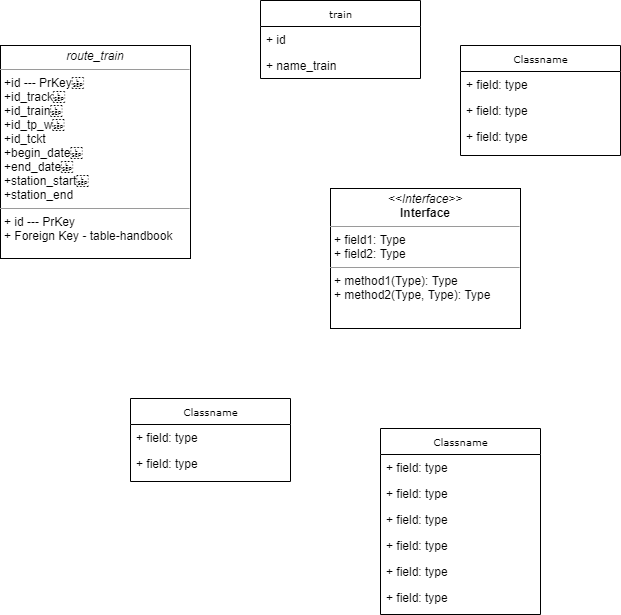
Earlier version of the draw.io export концептуальная модель.png (rezelput/TrainOrgnz). Source tidied: cells renumbered, new cells last; positions are measured from the earlier drawing's top-left corner, leaving out a move shared by most shapes.
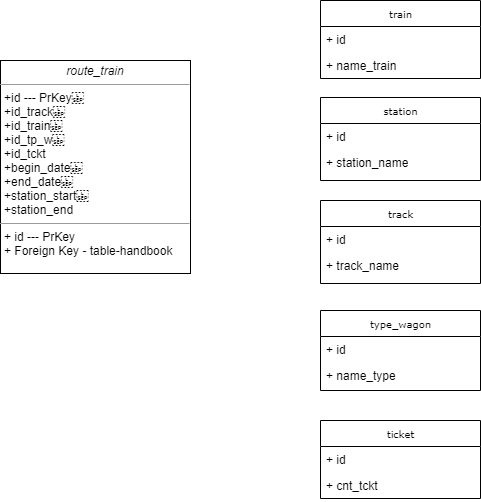
Later version of the same file.

Change to the diagram source:
```diff
@@ -2,29 +2,17 @@
   <root>
     <mxCell id="0" />
     <mxCell id="1" parent="0" />
-    <mxCell id="2" value="Classname" style="swimlane;html=1;fontStyle=0;horizontal=1;startSize=26;fillColor=none;swimlaneFillColor=#ffffff;rounded=0;shadow=0;comic=0;labelBackgroundColor=none;strokeWidth=1;fontFamily=Verdana;fontSize=10;align=center;" parent="1" vertex="1">
-      <mxGeometry x="380" y="428" width="160" height="186" as="geometry" />
+    <mxCell id="2" value="type_wagon" style="swimlane;html=1;fontStyle=0;horizontal=1;startSize=26;fillColor=none;swimlaneFillColor=#ffffff;rounded=0;shadow=0;comic=0;labelBackgroundColor=none;strokeWidth=1;fontFamily=Verdana;fontSize=10;align=center;" parent="1" vertex="1">
+      <mxGeometry x="320" y="328" width="160" height="80" as="geometry" />
     </mxCell>
-    <mxCell id="3" value="+ field: type" style="text;html=1;strokeColor=none;fillColor=none;align=left;verticalAlign=top;spacingLeft=4;spacingRight=4;whiteSpace=wrap;overflow=hidden;" parent="2" vertex="1">
+    <mxCell id="3" value="+ id" style="text;html=1;strokeColor=none;fillColor=none;align=left;verticalAlign=top;spacingLeft=4;spacingRight=4;whiteSpace=wrap;overflow=hidden;" parent="2" vertex="1">
       <mxGeometry y="26" width="160" height="26" as="geometry" />
     </mxCell>
-    <mxCell id="4" value="+ field: type" style="text;html=1;strokeColor=none;fillColor=none;align=left;verticalAlign=top;spacingLeft=4;spacingRight=4;whiteSpace=wrap;overflow=hidden;" parent="2" vertex="1">
+    <mxCell id="4" value="+ name_type" style="text;html=1;strokeColor=none;fillColor=none;align=left;verticalAlign=top;spacingLeft=4;spacingRight=4;whiteSpace=wrap;overflow=hidden;" parent="2" vertex="1">
       <mxGeometry y="52" width="160" height="26" as="geometry" />
     </mxCell>
-    <mxCell id="5" value="+ field: type" style="text;html=1;strokeColor=none;fillColor=none;align=left;verticalAlign=top;spacingLeft=4;spacingRight=4;whiteSpace=wrap;overflow=hidden;" parent="2" vertex="1">
-      <mxGeometry y="78" width="160" height="26" as="geometry" />
-    </mxCell>
-    <mxCell id="6" value="+ field: type" style="text;html=1;strokeColor=none;fillColor=none;align=left;verticalAlign=top;spacingLeft=4;spacingRight=4;whiteSpace=wrap;overflow=hidden;" parent="2" vertex="1">
-      <mxGeometry y="104" width="160" height="26" as="geometry" />
-    </mxCell>
-    <mxCell id="7" value="+ field: type" style="text;html=1;strokeColor=none;fillColor=none;align=left;verticalAlign=top;spacingLeft=4;spacingRight=4;whiteSpace=wrap;overflow=hidden;" parent="2" vertex="1">
-      <mxGeometry y="130" width="160" height="26" as="geometry" />
-    </mxCell>
-    <mxCell id="8" value="+ field: type" style="text;html=1;strokeColor=none;fillColor=none;align=left;verticalAlign=top;spacingLeft=4;spacingRight=4;whiteSpace=wrap;overflow=hidden;" parent="2" vertex="1">
-      <mxGeometry y="156" width="160" height="26" as="geometry" />
-    </mxCell>
     <mxCell id="9" value="train" style="swimlane;html=1;fontStyle=0;horizontal=1;startSize=26;fillColor=none;swimlaneFillColor=#ffffff;rounded=0;shadow=0;comic=0;labelBackgroundColor=none;strokeWidth=1;fontFamily=Verdana;fontSize=10;align=center;" parent="1" vertex="1">
-      <mxGeometry x="260" width="160" height="78" as="geometry" />
+      <mxGeometry x="320" y="18" width="160" height="78" as="geometry" />
     </mxCell>
     <mxCell id="10" value="+ id" style="text;html=1;strokeColor=none;fillColor=none;align=left;verticalAlign=top;spacingLeft=4;spacingRight=4;whiteSpace=wrap;overflow=hidden;" parent="9" vertex="1">
       <mxGeometry y="26" width="160" height="26" as="geometry" />
@@ -32,32 +20,35 @@
     <mxCell id="11" value="+ name_train" style="text;html=1;strokeColor=none;fillColor=none;align=left;verticalAlign=top;spacingLeft=4;spacingRight=4;whiteSpace=wrap;overflow=hidden;" parent="9" vertex="1">
       <mxGeometry y="52" width="160" height="26" as="geometry" />
     </mxCell>
-    <mxCell id="12" value="Classname" style="swimlane;html=1;fontStyle=0;horizontal=1;startSize=26;fillColor=none;swimlaneFillColor=#ffffff;rounded=0;shadow=0;comic=0;labelBackgroundColor=none;strokeWidth=1;fontFamily=Verdana;fontSize=10;align=center;" parent="1" vertex="1">
-      <mxGeometry x="460" y="45" width="160" height="110" as="geometry" />
+    <mxCell id="12" value="station" style="swimlane;html=1;fontStyle=0;horizontal=1;startSize=26;fillColor=none;swimlaneFillColor=#ffffff;rounded=0;shadow=0;comic=0;labelBackgroundColor=none;strokeWidth=1;fontFamily=Verdana;fontSize=10;align=center;" parent="1" vertex="1">
+      <mxGeometry x="320" y="115" width="160" height="83" as="geometry" />
     </mxCell>
-    <mxCell id="13" value="+ field: type" style="text;html=1;strokeColor=none;fillColor=none;align=left;verticalAlign=top;spacingLeft=4;spacingRight=4;whiteSpace=wrap;overflow=hidden;" parent="12" vertex="1">
+    <mxCell id="13" value="+ id" style="text;html=1;strokeColor=none;fillColor=none;align=left;verticalAlign=top;spacingLeft=4;spacingRight=4;whiteSpace=wrap;overflow=hidden;" parent="12" vertex="1">
       <mxGeometry y="26" width="160" height="26" as="geometry" />
     </mxCell>
-    <mxCell id="14" value="+ field: type" style="text;html=1;strokeColor=none;fillColor=none;align=left;verticalAlign=top;spacingLeft=4;spacingRight=4;whiteSpace=wrap;overflow=hidden;" parent="12" vertex="1">
+    <mxCell id="14" value="+ station_name" style="text;html=1;strokeColor=none;fillColor=none;align=left;verticalAlign=top;spacingLeft=4;spacingRight=4;whiteSpace=wrap;overflow=hidden;" parent="12" vertex="1">
       <mxGeometry y="52" width="160" height="26" as="geometry" />
     </mxCell>
-    <mxCell id="15" value="+ field: type" style="text;html=1;strokeColor=none;fillColor=none;align=left;verticalAlign=top;spacingLeft=4;spacingRight=4;whiteSpace=wrap;overflow=hidden;" parent="12" vertex="1">
-      <mxGeometry y="78" width="160" height="26" as="geometry" />
-    </mxCell>
-    <mxCell id="16" value="Classname" style="swimlane;html=1;fontStyle=0;horizontal=1;startSize=26;fillColor=none;swimlaneFillColor=#ffffff;rounded=0;shadow=0;comic=0;labelBackgroundColor=none;strokeWidth=1;fontFamily=Verdana;fontSize=10;align=center;" parent="1" vertex="1">
-      <mxGeometry x="130" y="398" width="160" height="83" as="geometry" />
+    <mxCell id="16" value="track" style="swimlane;html=1;fontStyle=0;horizontal=1;startSize=26;fillColor=none;swimlaneFillColor=#ffffff;rounded=0;shadow=0;comic=0;labelBackgroundColor=none;strokeWidth=1;fontFamily=Verdana;fontSize=10;align=center;" parent="1" vertex="1">
+      <mxGeometry x="320" y="218" width="160" height="83" as="geometry" />
     </mxCell>
-    <mxCell id="17" value="+ field: type" style="text;html=1;strokeColor=none;fillColor=none;align=left;verticalAlign=top;spacingLeft=4;spacingRight=4;whiteSpace=wrap;overflow=hidden;" parent="16" vertex="1">
+    <mxCell id="17" value="+ id" style="text;html=1;strokeColor=none;fillColor=none;align=left;verticalAlign=top;spacingLeft=4;spacingRight=4;whiteSpace=wrap;overflow=hidden;" parent="16" vertex="1">
       <mxGeometry y="26" width="160" height="26" as="geometry" />
     </mxCell>
-    <mxCell id="18" value="+ field: type" style="text;html=1;strokeColor=none;fillColor=none;align=left;verticalAlign=top;spacingLeft=4;spacingRight=4;whiteSpace=wrap;overflow=hidden;" parent="16" vertex="1">
+    <mxCell id="18" value="+ track_name" style="text;html=1;strokeColor=none;fillColor=none;align=left;verticalAlign=top;spacingLeft=4;spacingRight=4;whiteSpace=wrap;overflow=hidden;" parent="16" vertex="1">
       <mxGeometry y="52" width="160" height="26" as="geometry" />
     </mxCell>
-    <mxCell id="19" value="&lt;p style=&quot;margin:0px;margin-top:4px;text-align:center;&quot;&gt;&lt;i&gt;&amp;lt;&amp;lt;Interface&amp;gt;&amp;gt;&lt;/i&gt;&lt;br/&gt;&lt;b&gt;Interface&lt;/b&gt;&lt;/p&gt;&lt;hr size=&quot;1&quot;/&gt;&lt;p style=&quot;margin:0px;margin-left:4px;&quot;&gt;+ field1: Type&lt;br/&gt;+ field2: Type&lt;/p&gt;&lt;hr size=&quot;1&quot;/&gt;&lt;p style=&quot;margin:0px;margin-left:4px;&quot;&gt;+ method1(Type): Type&lt;br/&gt;+ method2(Type, Type): Type&lt;/p&gt;" style="verticalAlign=top;align=left;overflow=fill;fontSize=12;fontFamily=Helvetica;html=1;rounded=0;shadow=0;comic=0;labelBackgroundColor=none;strokeWidth=1;" parent="1" vertex="1">
-      <mxGeometry x="330" y="188" width="190" height="140" as="geometry" />
-    </mxCell>
     <mxCell id="20" value="&lt;p style=&quot;margin: 0px ; margin-top: 4px ; text-align: center&quot;&gt;&lt;i&gt;route_train&lt;/i&gt;&lt;/p&gt;&lt;hr size=&quot;1&quot;&gt;&lt;p style=&quot;margin: 0px ; margin-left: 4px&quot;&gt;+i&lt;span&gt;d --- PrKey &lt;/span&gt;&lt;/p&gt;&lt;p style=&quot;margin: 0px ; margin-left: 4px&quot;&gt;&lt;span&gt;+id_track &lt;/span&gt;&lt;/p&gt;&lt;p style=&quot;margin: 0px ; margin-left: 4px&quot;&gt;&lt;span&gt;+id_train &lt;/span&gt;&lt;/p&gt;&lt;p style=&quot;margin: 0px ; margin-left: 4px&quot;&gt;&lt;span&gt;+id_tp_w &lt;/span&gt;&lt;/p&gt;&lt;p style=&quot;margin: 0px ; margin-left: 4px&quot;&gt;&lt;span&gt;+id_tckt&lt;/span&gt;&lt;/p&gt;&lt;p style=&quot;margin: 0px ; margin-left: 4px&quot;&gt;+begin_date &lt;/p&gt;&lt;p style=&quot;margin: 0px ; margin-left: 4px&quot;&gt;+end_date &lt;/p&gt;&lt;p style=&quot;margin: 0px ; margin-left: 4px&quot;&gt;+station_start &lt;/p&gt;&lt;p style=&quot;margin: 0px ; margin-left: 4px&quot;&gt;+station_end&lt;/p&gt;&lt;hr size=&quot;1&quot;&gt;&lt;p style=&quot;margin: 0px ; margin-left: 4px&quot;&gt;+ id --- PrKey&lt;br&gt;+ Foreign Key - table-handbook&amp;nbsp;&lt;/p&gt;" style="verticalAlign=top;align=left;overflow=fill;fontSize=12;fontFamily=Helvetica;html=1;rounded=0;shadow=0;comic=0;labelBackgroundColor=none;strokeWidth=1;" parent="1" vertex="1">
-      <mxGeometry y="45" width="190" height="213" as="geometry" />
+      <mxGeometry y="78" width="190" height="213" as="geometry" />
     </mxCell>
+    <mxCell id="21" value="ticket" style="swimlane;html=1;fontStyle=0;horizontal=1;startSize=26;fillColor=none;swimlaneFillColor=#ffffff;rounded=0;shadow=0;comic=0;labelBackgroundColor=none;strokeWidth=1;fontFamily=Verdana;fontSize=10;align=center;" parent="1" vertex="1">
+      <mxGeometry x="320" y="438" width="160" height="78" as="geometry" />
+    </mxCell>
+    <mxCell id="22" value="+ id" style="text;html=1;strokeColor=none;fillColor=none;align=left;verticalAlign=top;spacingLeft=4;spacingRight=4;whiteSpace=wrap;overflow=hidden;" parent="21" vertex="1">
+      <mxGeometry y="26" width="160" height="26" as="geometry" />
+    </mxCell>
+    <mxCell id="23" value="+ cnt_tckt" style="text;html=1;strokeColor=none;fillColor=none;align=left;verticalAlign=top;spacingLeft=4;spacingRight=4;whiteSpace=wrap;overflow=hidden;" parent="21" vertex="1">
+      <mxGeometry y="52" width="160" height="26" as="geometry" />
+    </mxCell>
   </root>
 </mxGraphModel>
```
